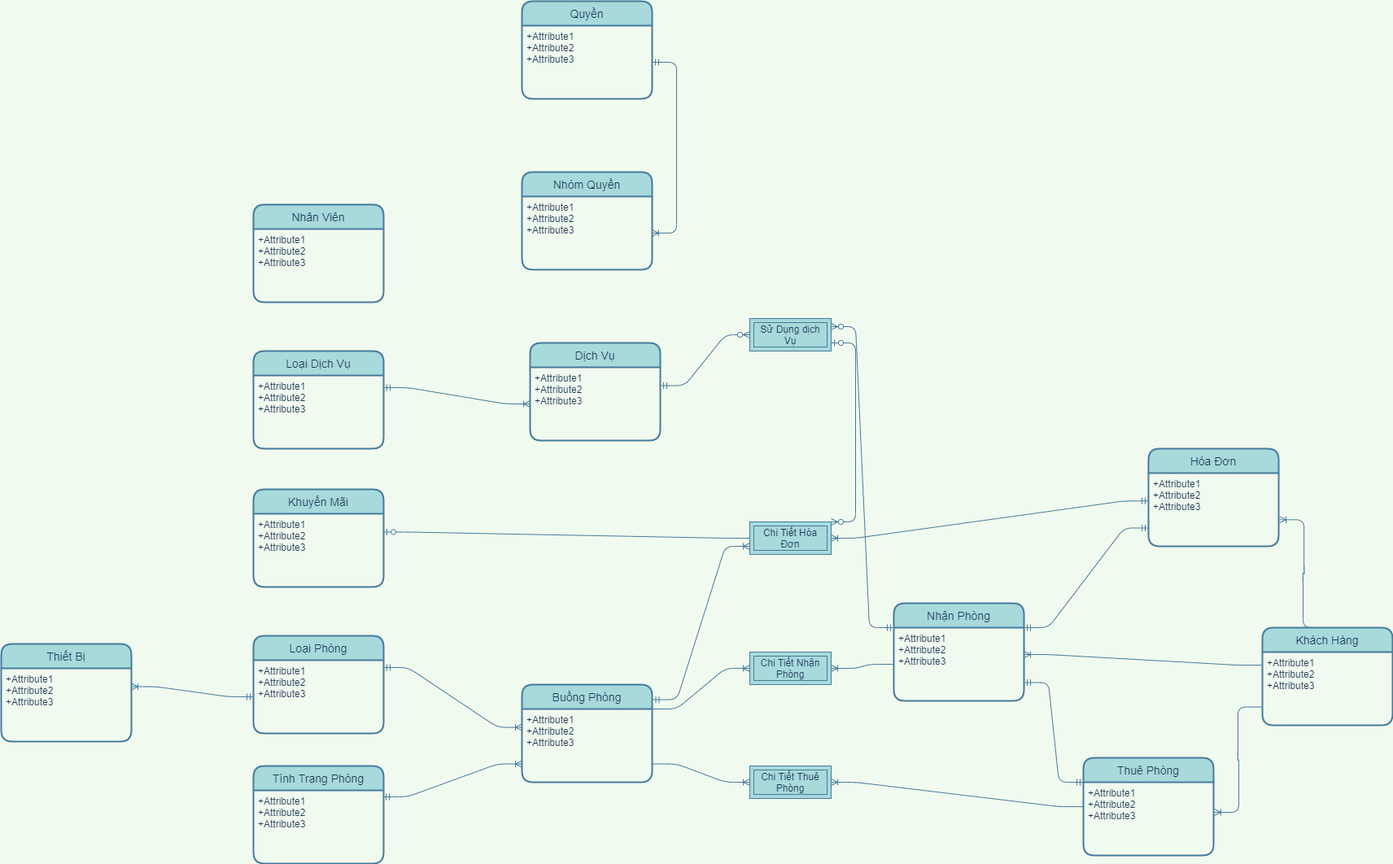
The draw.io diagram EntityRelationship-QLKS.png in maialino123/QLKS, before a commit. Source tidied: cells renumbered, new cells last; positions are measured from the earlier drawing's top-left corner, leaving out a move shared by most shapes.
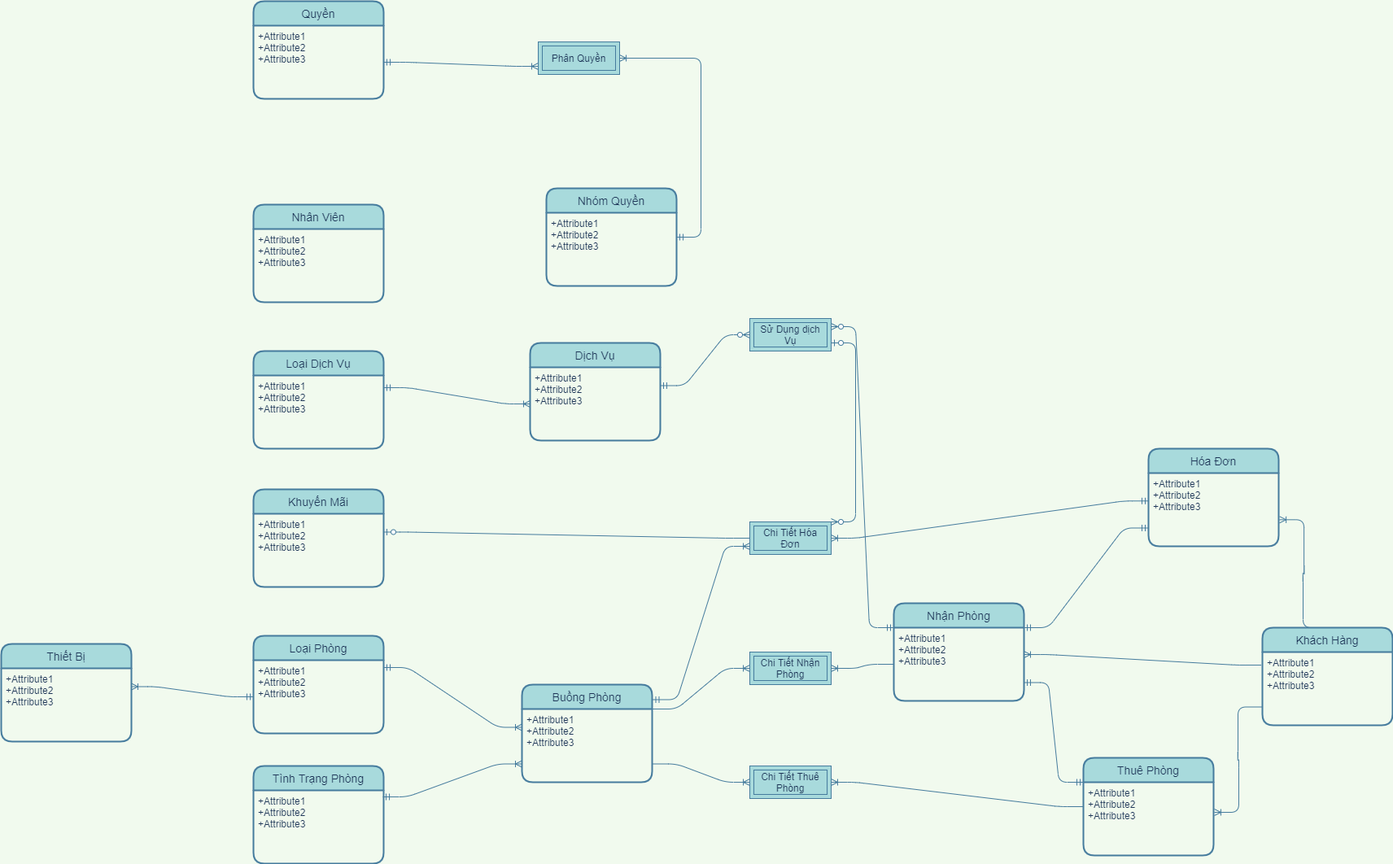
After the commit.

What changed in the source:
```diff
@@ -33,13 +33,13 @@
       <mxGeometry y="30" width="160" height="90" as="geometry" />
     </mxCell>
     <mxCell id="12" value="Nhóm Quyền" style="swimlane;horizontal=1;startSize=30;rounded=1;fontSize=14;fontStyle=0;strokeWidth=2;shadow=0;dashed=0;align=center;fillColor=#A8DADC;strokeColor=#457B9D;fontColor=#1D3557;" parent="1" vertex="1">
-      <mxGeometry x="640" y="210" width="160" height="120" as="geometry" />
+      <mxGeometry x="670" y="230" width="160" height="120" as="geometry" />
     </mxCell>
     <mxCell id="13" value="+Attribute1&#10;+Attribute2&#10;+Attribute3" style="align=left;strokeColor=none;fillColor=none;spacingLeft=4;fontSize=12;verticalAlign=top;fontColor=#1D3557;" parent="12" vertex="1">
       <mxGeometry y="30" width="160" height="90" as="geometry" />
     </mxCell>
     <mxCell id="14" value="Quyền" style="swimlane;horizontal=1;startSize=30;rounded=1;fontSize=14;fontStyle=0;strokeWidth=2;shadow=0;dashed=0;align=center;fillColor=#A8DADC;arcSize=15;strokeColor=#457B9D;fontColor=#1D3557;" parent="1" vertex="1">
-      <mxGeometry x="640" width="160" height="120" as="geometry" />
+      <mxGeometry x="310" width="160" height="120" as="geometry" />
     </mxCell>
     <mxCell id="15" value="+Attribute1&#10;+Attribute2&#10;+Attribute3" style="align=left;strokeColor=none;fillColor=none;spacingLeft=4;fontSize=12;verticalAlign=top;fontColor=#1D3557;" parent="14" vertex="1">
       <mxGeometry y="30" width="160" height="90" as="geometry" />
@@ -155,8 +155,14 @@
     <mxCell id="52" style="edgeStyle=entityRelationEdgeStyle;fontSize=12;html=1;endArrow=ERzeroToMany;startArrow=ERzeroToOne;strokeColor=#457B9D;fillColor=#A8DADC;exitX=1;exitY=0.75;exitDx=0;exitDy=0;entryX=1;entryY=0;entryDx=0;entryDy=0;" parent="1" edge="1" source="49" target="39">
       <mxGeometry relative="1" as="geometry" />
     </mxCell>
-    <mxCell id="53" style="edgeStyle=entityRelationEdgeStyle;fontSize=12;html=1;endArrow=ERoneToMany;startArrow=ERmandOne;entryX=1;entryY=0.5;entryDx=0;entryDy=0;labelBackgroundColor=#F1FAEE;strokeColor=#457B9D;fontColor=#1D3557;" parent="1" edge="1" source="15" target="13">
+    <mxCell id="53" style="edgeStyle=entityRelationEdgeStyle;fontSize=12;html=1;endArrow=ERoneToMany;startArrow=ERmandOne;labelBackgroundColor=#F1FAEE;strokeColor=#457B9D;fontColor=#1D3557;entryX=0;entryY=0.75;entryDx=0;entryDy=0;" parent="1" edge="1" source="15" target="54">
       <mxGeometry relative="1" as="geometry" />
     </mxCell>
+    <mxCell id="54" value="Phân Quyền" style="shape=ext;margin=3;double=1;whiteSpace=wrap;html=1;align=center;strokeColor=#457B9D;fillColor=#A8DADC;fontColor=#1D3557;" parent="1" vertex="1">
+      <mxGeometry x="660" y="50" width="100" height="40" as="geometry" />
+    </mxCell>
+    <mxCell id="55" style="edgeStyle=entityRelationEdgeStyle;fontSize=12;html=1;endArrow=ERoneToMany;startArrow=ERmandOne;labelBackgroundColor=#F1FAEE;strokeColor=#457B9D;fontColor=#1D3557;entryX=1;entryY=0.5;entryDx=0;entryDy=0;" parent="1" edge="1" source="12" target="54">
+      <mxGeometry relative="1" as="geometry" />
+    </mxCell>
   </root>
 </mxGraphModel>
```
